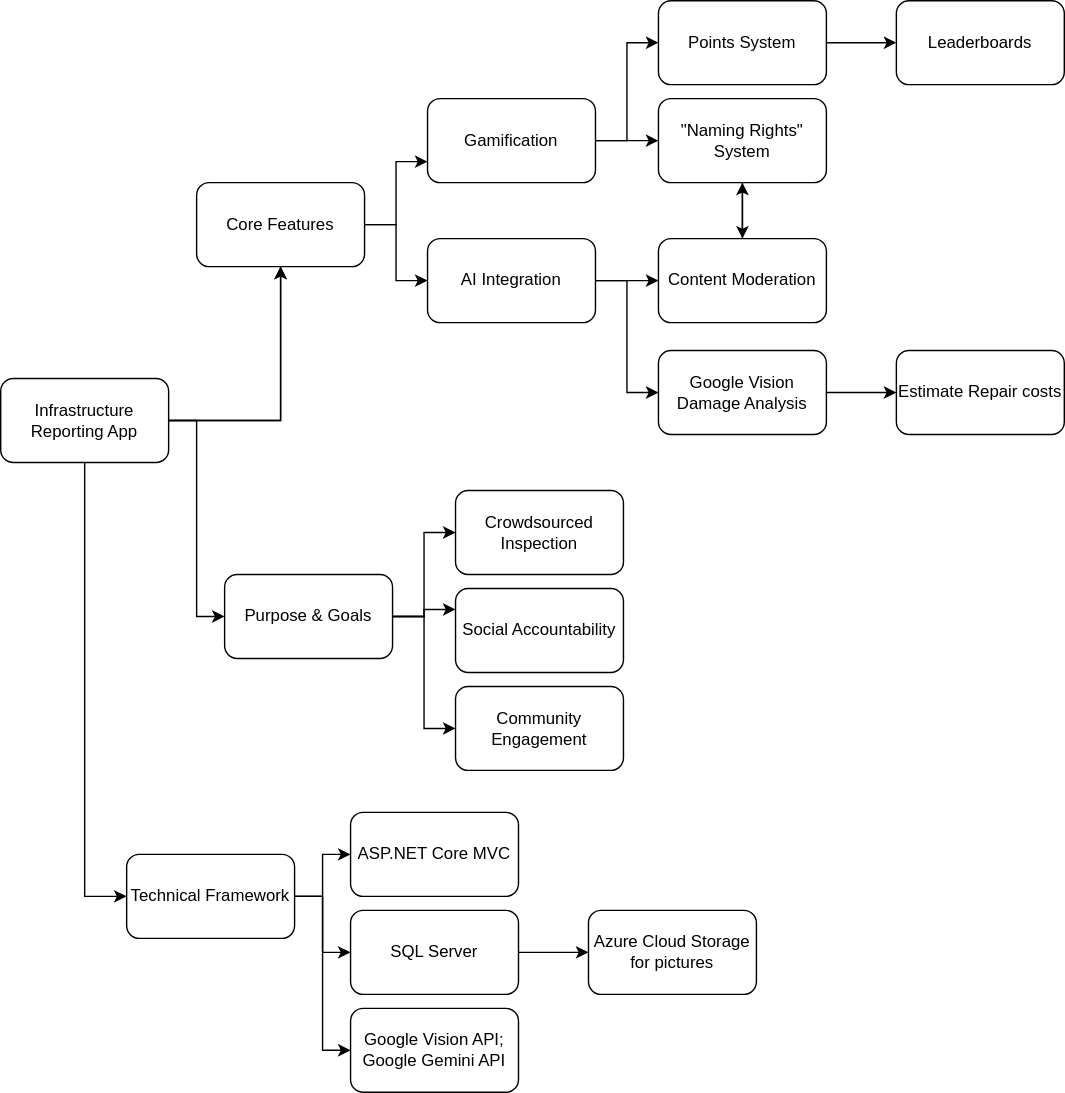
Earlier version of the draw.io export doc/infrastructure_mind_map.svg (Julian22-dotcom/dynamic-engineering-squad). Source tidied: cells renumbered, new cells last; positions are measured from the earlier drawing's top-left corner, leaving out a move shared by most shapes. Its diagram source:
```xml
<mxGraphModel>
  <root>
    <mxCell id="0" />
    <mxCell id="1" parent="0" />
    <mxCell id="2" style="edgeStyle=orthogonalEdgeStyle;rounded=0;jettySize=auto;html=1;" parent="1" edge="1" source="6" target="8">
      <mxGeometry relative="1" as="geometry" />
    </mxCell>
    <mxCell id="3" style="edgeStyle=orthogonalEdgeStyle;rounded=0;jettySize=auto;html=1;" parent="1" edge="1" source="6" target="8">
      <mxGeometry relative="1" as="geometry" />
    </mxCell>
    <mxCell id="4" style="edgeStyle=orthogonalEdgeStyle;rounded=0;jettySize=auto;html=1;entryX=0;entryY=0.5;entryDx=0;entryDy=0;" parent="1" edge="1" source="6" target="12">
      <mxGeometry relative="1" as="geometry" />
    </mxCell>
    <mxCell id="5" style="edgeStyle=orthogonalEdgeStyle;rounded=0;jettySize=auto;html=1;entryX=0;entryY=0.5;entryDx=0;entryDy=0;" parent="1" edge="1" source="6" target="16">
      <mxGeometry relative="1" as="geometry" />
    </mxCell>
    <mxCell id="6" value="Infrastructure Reporting App" style="rounded=1;whiteSpace=wrap;html=1;" parent="1" vertex="1">
      <mxGeometry y="270" width="120" height="60" as="geometry" />
    </mxCell>
    <mxCell id="7" style="edgeStyle=orthogonalEdgeStyle;rounded=0;jettySize=auto;html=1;entryX=0;entryY=0.75;entryDx=0;entryDy=0;" parent="1" edge="1" source="8" target="19">
      <mxGeometry relative="1" as="geometry" />
    </mxCell>
    <mxCell id="8" value="Core Features" style="whiteSpace=wrap;html=1;rounded=1;" parent="1" vertex="1">
      <mxGeometry x="140" y="130" width="120" height="60" as="geometry" />
    </mxCell>
    <mxCell id="9" style="edgeStyle=orthogonalEdgeStyle;rounded=0;jettySize=auto;html=1;" parent="1" edge="1" source="12" target="34">
      <mxGeometry relative="1" as="geometry" />
    </mxCell>
    <mxCell id="10" style="edgeStyle=orthogonalEdgeStyle;rounded=0;jettySize=auto;html=1;entryX=0;entryY=0.25;entryDx=0;entryDy=0;" parent="1" edge="1" source="12" target="35">
      <mxGeometry relative="1" as="geometry" />
    </mxCell>
    <mxCell id="11" style="edgeStyle=orthogonalEdgeStyle;rounded=0;jettySize=auto;html=1;entryX=0;entryY=0.5;entryDx=0;entryDy=0;" parent="1" edge="1" source="12" target="36">
      <mxGeometry relative="1" as="geometry" />
    </mxCell>
    <mxCell id="12" value="Purpose &amp;amp; Goals" style="rounded=1;whiteSpace=wrap;html=1;" parent="1" vertex="1">
      <mxGeometry x="160" y="410" width="120" height="60" as="geometry" />
    </mxCell>
    <mxCell id="13" style="edgeStyle=orthogonalEdgeStyle;rounded=0;jettySize=auto;html=1;" parent="1" edge="1" source="16" target="37">
      <mxGeometry relative="1" as="geometry" />
    </mxCell>
    <mxCell id="14" style="edgeStyle=orthogonalEdgeStyle;rounded=0;jettySize=auto;html=1;entryX=0;entryY=0.5;entryDx=0;entryDy=0;" parent="1" edge="1" source="16" target="39">
      <mxGeometry relative="1" as="geometry" />
    </mxCell>
    <mxCell id="15" style="edgeStyle=orthogonalEdgeStyle;rounded=0;jettySize=auto;html=1;entryX=0;entryY=0.5;entryDx=0;entryDy=0;" parent="1" edge="1" source="16" target="40">
      <mxGeometry relative="1" as="geometry" />
    </mxCell>
    <mxCell id="16" value="Technical Framework" style="rounded=1;whiteSpace=wrap;html=1;" parent="1" vertex="1">
      <mxGeometry x="90" y="610" width="120" height="60" as="geometry" />
    </mxCell>
    <mxCell id="17" style="edgeStyle=orthogonalEdgeStyle;rounded=0;jettySize=auto;html=1;entryX=0;entryY=0.5;entryDx=0;entryDy=0;" parent="1" edge="1" source="19" target="25">
      <mxGeometry relative="1" as="geometry" />
    </mxCell>
    <mxCell id="18" style="edgeStyle=orthogonalEdgeStyle;rounded=0;jettySize=auto;html=1;" parent="1" edge="1" source="19" target="28">
      <mxGeometry relative="1" as="geometry" />
    </mxCell>
    <mxCell id="19" value="Gamification" style="whiteSpace=wrap;html=1;rounded=1;" parent="1" vertex="1">
      <mxGeometry x="305" y="70" width="120" height="60" as="geometry" />
    </mxCell>
    <mxCell id="20" style="edgeStyle=orthogonalEdgeStyle;rounded=0;jettySize=auto;html=1;" parent="1" edge="1" source="8" target="23">
      <mxGeometry relative="1" as="geometry" />
    </mxCell>
    <mxCell id="21" style="edgeStyle=orthogonalEdgeStyle;rounded=0;jettySize=auto;html=1;entryX=0;entryY=0.5;entryDx=0;entryDy=0;" parent="1" edge="1" source="23" target="33">
      <mxGeometry relative="1" as="geometry" />
    </mxCell>
    <mxCell id="22" style="edgeStyle=orthogonalEdgeStyle;rounded=0;jettySize=auto;html=1;entryX=0;entryY=0.5;entryDx=0;entryDy=0;" parent="1" edge="1" source="23" target="30">
      <mxGeometry relative="1" as="geometry" />
    </mxCell>
    <mxCell id="23" value="AI Integration" style="rounded=1;whiteSpace=wrap;html=1;" parent="1" vertex="1">
      <mxGeometry x="305" y="170" width="120" height="60" as="geometry" />
    </mxCell>
    <mxCell id="24" style="edgeStyle=orthogonalEdgeStyle;rounded=0;jettySize=auto;html=1;" parent="1" edge="1" source="25" target="26">
      <mxGeometry relative="1" as="geometry" />
    </mxCell>
    <mxCell id="25" value="Points System" style="rounded=1;whiteSpace=wrap;html=1;" parent="1" vertex="1">
      <mxGeometry x="470" width="120" height="60" as="geometry" />
    </mxCell>
    <mxCell id="26" value="Leaderboards" style="rounded=1;whiteSpace=wrap;html=1;" parent="1" vertex="1">
      <mxGeometry x="640" width="120" height="60" as="geometry" />
    </mxCell>
    <mxCell id="27" style="edgeStyle=orthogonalEdgeStyle;rounded=0;jettySize=auto;html=1;" parent="1" edge="1" source="28" target="33">
      <mxGeometry relative="1" as="geometry" />
    </mxCell>
    <mxCell id="28" value="&quot;Naming Rights&quot; System" style="rounded=1;whiteSpace=wrap;html=1;" parent="1" vertex="1">
      <mxGeometry x="470" y="70" width="120" height="60" as="geometry" />
    </mxCell>
    <mxCell id="29" style="edgeStyle=orthogonalEdgeStyle;rounded=0;jettySize=auto;html=1;entryX=0;entryY=0.5;entryDx=0;entryDy=0;" parent="1" edge="1" source="30" target="31">
      <mxGeometry relative="1" as="geometry" />
    </mxCell>
    <mxCell id="30" value="Google Vision Damage Analysis" style="rounded=1;whiteSpace=wrap;html=1;" parent="1" vertex="1">
      <mxGeometry x="470" y="250" width="120" height="60" as="geometry" />
    </mxCell>
    <mxCell id="31" value="Estimate Repair costs" style="rounded=1;whiteSpace=wrap;html=1;" parent="1" vertex="1">
      <mxGeometry x="640" y="250" width="120" height="60" as="geometry" />
    </mxCell>
    <mxCell id="32" style="edgeStyle=orthogonalEdgeStyle;rounded=0;jettySize=auto;html=1;entryX=0.5;entryY=1;entryDx=0;entryDy=0;" parent="1" edge="1" source="33" target="28">
      <mxGeometry relative="1" as="geometry" />
    </mxCell>
    <mxCell id="33" value="Content Moderation" style="rounded=1;whiteSpace=wrap;html=1;" parent="1" vertex="1">
      <mxGeometry x="470" y="170" width="120" height="60" as="geometry" />
    </mxCell>
    <mxCell id="34" value="Crowdsourced Inspection" style="whiteSpace=wrap;html=1;rounded=1;" parent="1" vertex="1">
      <mxGeometry x="325" y="350" width="120" height="60" as="geometry" />
    </mxCell>
    <mxCell id="35" value="Social Accountability" style="rounded=1;whiteSpace=wrap;html=1;" parent="1" vertex="1">
      <mxGeometry x="325" y="420" width="120" height="60" as="geometry" />
    </mxCell>
    <mxCell id="36" value="Community Engagement" style="rounded=1;whiteSpace=wrap;html=1;" parent="1" vertex="1">
      <mxGeometry x="325" y="490" width="120" height="60" as="geometry" />
    </mxCell>
    <mxCell id="37" value="ASP.NET Core MVC" style="whiteSpace=wrap;html=1;rounded=1;" parent="1" vertex="1">
      <mxGeometry x="250" y="580" width="120" height="60" as="geometry" />
    </mxCell>
    <mxCell id="38" style="edgeStyle=orthogonalEdgeStyle;rounded=0;jettySize=auto;html=1;" parent="1" edge="1" source="39" target="41">
      <mxGeometry relative="1" as="geometry" />
    </mxCell>
    <mxCell id="39" value="SQL Server" style="rounded=1;whiteSpace=wrap;html=1;" parent="1" vertex="1">
      <mxGeometry x="250" y="650" width="120" height="60" as="geometry" />
    </mxCell>
    <mxCell id="40" value="Google Vision API; Google Gemini API" style="rounded=1;whiteSpace=wrap;html=1;" parent="1" vertex="1">
      <mxGeometry x="250" y="720" width="120" height="60" as="geometry" />
    </mxCell>
    <mxCell id="41" value="Azure Cloud Storage for pictures" style="whiteSpace=wrap;html=1;rounded=1;" parent="1" vertex="1">
      <mxGeometry x="420" y="650" width="120" height="60" as="geometry" />
    </mxCell>
  </root>
</mxGraphModel>
```
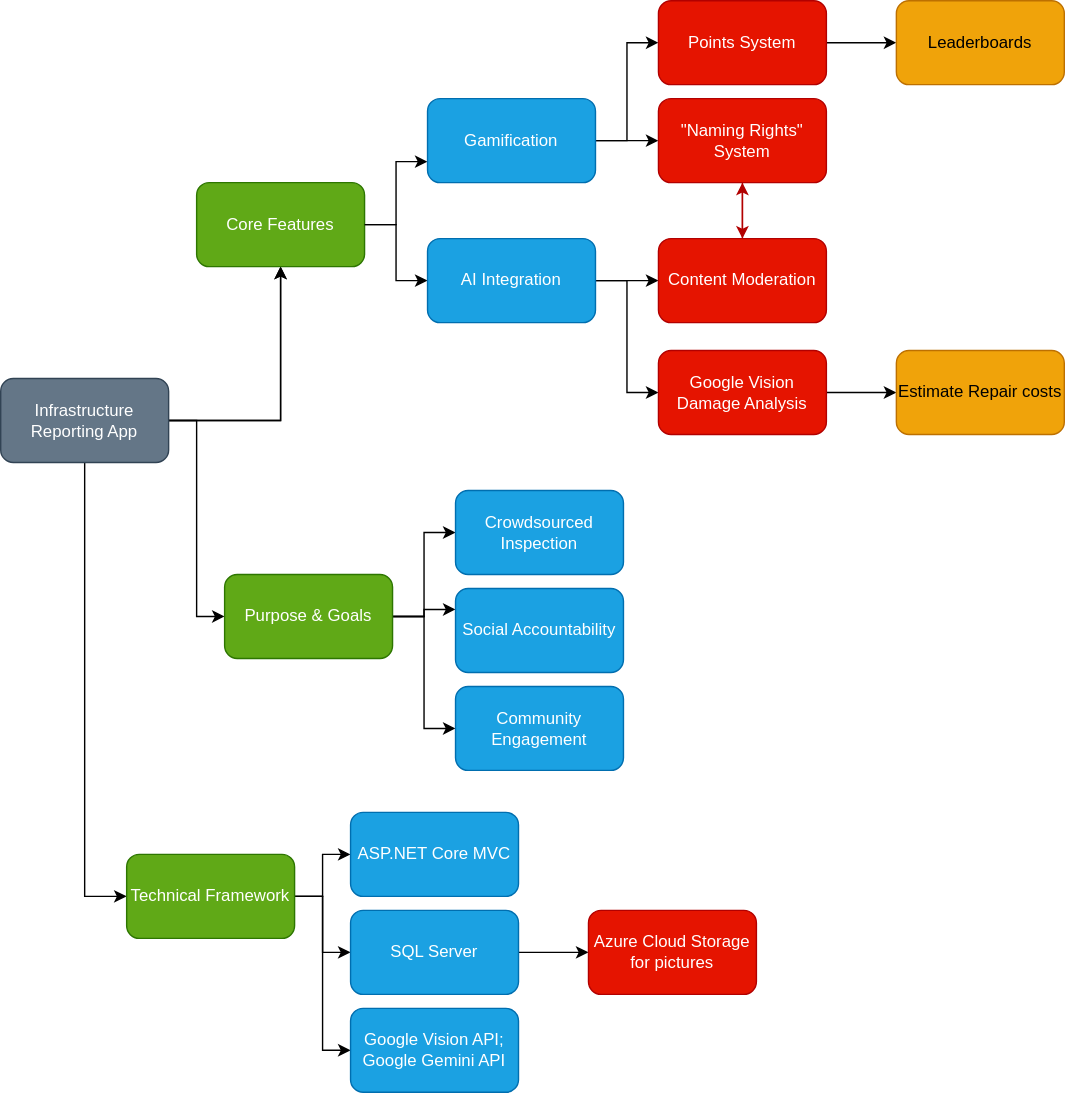
The same file after the commit.

Commit message:
(fix) update mind map with colours

Change to the diagram source:
```diff
@@ -14,13 +14,13 @@
     <mxCell id="5" style="edgeStyle=orthogonalEdgeStyle;rounded=0;jettySize=auto;html=1;entryX=0;entryY=0.5;entryDx=0;entryDy=0;" parent="1" edge="1" source="6" target="16">
       <mxGeometry relative="1" as="geometry" />
     </mxCell>
-    <mxCell id="6" value="Infrastructure Reporting App" style="rounded=1;whiteSpace=wrap;html=1;" parent="1" vertex="1">
+    <mxCell id="6" value="Infrastructure Reporting App" style="rounded=1;whiteSpace=wrap;html=1;fillColor=#647687;fontColor=#ffffff;strokeColor=#314354;" parent="1" vertex="1">
       <mxGeometry y="270" width="120" height="60" as="geometry" />
     </mxCell>
     <mxCell id="7" style="edgeStyle=orthogonalEdgeStyle;rounded=0;jettySize=auto;html=1;entryX=0;entryY=0.75;entryDx=0;entryDy=0;" parent="1" edge="1" source="8" target="19">
       <mxGeometry relative="1" as="geometry" />
     </mxCell>
-    <mxCell id="8" value="Core Features" style="whiteSpace=wrap;html=1;rounded=1;" parent="1" vertex="1">
+    <mxCell id="8" value="Core Features" style="whiteSpace=wrap;html=1;rounded=1;fillColor=#60a917;fontColor=#ffffff;strokeColor=#2D7600;" parent="1" vertex="1">
       <mxGeometry x="140" y="130" width="120" height="60" as="geometry" />
     </mxCell>
     <mxCell id="9" style="edgeStyle=orthogonalEdgeStyle;rounded=0;jettySize=auto;html=1;" parent="1" edge="1" source="12" target="34">
@@ -32,7 +32,7 @@
     <mxCell id="11" style="edgeStyle=orthogonalEdgeStyle;rounded=0;jettySize=auto;html=1;entryX=0;entryY=0.5;entryDx=0;entryDy=0;" parent="1" edge="1" source="12" target="36">
       <mxGeometry relative="1" as="geometry" />
     </mxCell>
-    <mxCell id="12" value="Purpose &amp;amp; Goals" style="rounded=1;whiteSpace=wrap;html=1;" parent="1" vertex="1">
+    <mxCell id="12" value="Purpose &amp;amp; Goals" style="rounded=1;whiteSpace=wrap;html=1;fillColor=#60a917;fontColor=#ffffff;strokeColor=#2D7600;" parent="1" vertex="1">
       <mxGeometry x="160" y="410" width="120" height="60" as="geometry" />
     </mxCell>
     <mxCell id="13" style="edgeStyle=orthogonalEdgeStyle;rounded=0;jettySize=auto;html=1;" parent="1" edge="1" source="16" target="37">
@@ -44,7 +44,7 @@
     <mxCell id="15" style="edgeStyle=orthogonalEdgeStyle;rounded=0;jettySize=auto;html=1;entryX=0;entryY=0.5;entryDx=0;entryDy=0;" parent="1" edge="1" source="16" target="40">
       <mxGeometry relative="1" as="geometry" />
     </mxCell>
-    <mxCell id="16" value="Technical Framework" style="rounded=1;whiteSpace=wrap;html=1;" parent="1" vertex="1">
+    <mxCell id="16" value="Technical Framework" style="rounded=1;whiteSpace=wrap;html=1;fillColor=#60a917;fontColor=#ffffff;strokeColor=#2D7600;" parent="1" vertex="1">
       <mxGeometry x="90" y="610" width="120" height="60" as="geometry" />
     </mxCell>
     <mxCell id="17" style="edgeStyle=orthogonalEdgeStyle;rounded=0;jettySize=auto;html=1;entryX=0;entryY=0.5;entryDx=0;entryDy=0;" parent="1" edge="1" source="19" target="25">
@@ -53,7 +53,7 @@
     <mxCell id="18" style="edgeStyle=orthogonalEdgeStyle;rounded=0;jettySize=auto;html=1;" parent="1" edge="1" source="19" target="28">
       <mxGeometry relative="1" as="geometry" />
     </mxCell>
-    <mxCell id="19" value="Gamification" style="whiteSpace=wrap;html=1;rounded=1;" parent="1" vertex="1">
+    <mxCell id="19" value="Gamification" style="whiteSpace=wrap;html=1;rounded=1;fillColor=#1ba1e2;fontColor=#ffffff;strokeColor=#006EAF;" parent="1" vertex="1">
       <mxGeometry x="305" y="70" width="120" height="60" as="geometry" />
     </mxCell>
     <mxCell id="20" style="edgeStyle=orthogonalEdgeStyle;rounded=0;jettySize=auto;html=1;" parent="1" edge="1" source="8" target="23">
@@ -65,61 +65,61 @@
     <mxCell id="22" style="edgeStyle=orthogonalEdgeStyle;rounded=0;jettySize=auto;html=1;entryX=0;entryY=0.5;entryDx=0;entryDy=0;" parent="1" edge="1" source="23" target="30">
       <mxGeometry relative="1" as="geometry" />
     </mxCell>
-    <mxCell id="23" value="AI Integration" style="rounded=1;whiteSpace=wrap;html=1;" parent="1" vertex="1">
+    <mxCell id="23" value="AI Integration" style="rounded=1;whiteSpace=wrap;html=1;fillColor=#1ba1e2;fontColor=#ffffff;strokeColor=#006EAF;" parent="1" vertex="1">
       <mxGeometry x="305" y="170" width="120" height="60" as="geometry" />
     </mxCell>
     <mxCell id="24" style="edgeStyle=orthogonalEdgeStyle;rounded=0;jettySize=auto;html=1;" parent="1" edge="1" source="25" target="26">
       <mxGeometry relative="1" as="geometry" />
     </mxCell>
-    <mxCell id="25" value="Points System" style="rounded=1;whiteSpace=wrap;html=1;" parent="1" vertex="1">
+    <mxCell id="25" value="Points System" style="rounded=1;whiteSpace=wrap;html=1;fillColor=#e51400;fontColor=#ffffff;strokeColor=#B20000;" parent="1" vertex="1">
       <mxGeometry x="470" width="120" height="60" as="geometry" />
     </mxCell>
-    <mxCell id="26" value="Leaderboards" style="rounded=1;whiteSpace=wrap;html=1;" parent="1" vertex="1">
+    <mxCell id="26" value="Leaderboards" style="rounded=1;whiteSpace=wrap;html=1;fillColor=#f0a30a;fontColor=#000000;strokeColor=#BD7000;" parent="1" vertex="1">
       <mxGeometry x="640" width="120" height="60" as="geometry" />
     </mxCell>
-    <mxCell id="27" style="edgeStyle=orthogonalEdgeStyle;rounded=0;jettySize=auto;html=1;" parent="1" edge="1" source="28" target="33">
+    <mxCell id="27" style="edgeStyle=orthogonalEdgeStyle;rounded=0;jettySize=auto;html=1;fillColor=#e51400;strokeColor=#B20000;" parent="1" edge="1" source="28" target="33">
       <mxGeometry relative="1" as="geometry" />
     </mxCell>
-    <mxCell id="28" value="&quot;Naming Rights&quot; System" style="rounded=1;whiteSpace=wrap;html=1;" parent="1" vertex="1">
+    <mxCell id="28" value="&quot;Naming Rights&quot; System" style="rounded=1;whiteSpace=wrap;html=1;fillColor=#e51400;fontColor=#ffffff;strokeColor=#B20000;" parent="1" vertex="1">
       <mxGeometry x="470" y="70" width="120" height="60" as="geometry" />
     </mxCell>
     <mxCell id="29" style="edgeStyle=orthogonalEdgeStyle;rounded=0;jettySize=auto;html=1;entryX=0;entryY=0.5;entryDx=0;entryDy=0;" parent="1" edge="1" source="30" target="31">
       <mxGeometry relative="1" as="geometry" />
     </mxCell>
-    <mxCell id="30" value="Google Vision Damage Analysis" style="rounded=1;whiteSpace=wrap;html=1;" parent="1" vertex="1">
+    <mxCell id="30" value="Google Vision Damage Analysis" style="rounded=1;whiteSpace=wrap;html=1;fillColor=#e51400;fontColor=#ffffff;strokeColor=#B20000;" parent="1" vertex="1">
       <mxGeometry x="470" y="250" width="120" height="60" as="geometry" />
     </mxCell>
-    <mxCell id="31" value="Estimate Repair costs" style="rounded=1;whiteSpace=wrap;html=1;" parent="1" vertex="1">
+    <mxCell id="31" value="Estimate Repair costs" style="rounded=1;whiteSpace=wrap;html=1;fillColor=#f0a30a;fontColor=#000000;strokeColor=#BD7000;" parent="1" vertex="1">
       <mxGeometry x="640" y="250" width="120" height="60" as="geometry" />
     </mxCell>
-    <mxCell id="32" style="edgeStyle=orthogonalEdgeStyle;rounded=0;jettySize=auto;html=1;entryX=0.5;entryY=1;entryDx=0;entryDy=0;" parent="1" edge="1" source="33" target="28">
+    <mxCell id="32" style="edgeStyle=orthogonalEdgeStyle;rounded=0;jettySize=auto;html=1;entryX=0.5;entryY=1;entryDx=0;entryDy=0;fillColor=#e51400;strokeColor=#B20000;" parent="1" edge="1" source="33" target="28">
       <mxGeometry relative="1" as="geometry" />
     </mxCell>
-    <mxCell id="33" value="Content Moderation" style="rounded=1;whiteSpace=wrap;html=1;" parent="1" vertex="1">
+    <mxCell id="33" value="Content Moderation" style="rounded=1;whiteSpace=wrap;html=1;fillColor=#e51400;fontColor=#ffffff;strokeColor=#B20000;" parent="1" vertex="1">
       <mxGeometry x="470" y="170" width="120" height="60" as="geometry" />
     </mxCell>
-    <mxCell id="34" value="Crowdsourced Inspection" style="whiteSpace=wrap;html=1;rounded=1;" parent="1" vertex="1">
+    <mxCell id="34" value="Crowdsourced Inspection" style="whiteSpace=wrap;html=1;rounded=1;fillColor=#1ba1e2;fontColor=#ffffff;strokeColor=#006EAF;" parent="1" vertex="1">
       <mxGeometry x="325" y="350" width="120" height="60" as="geometry" />
     </mxCell>
-    <mxCell id="35" value="Social Accountability" style="rounded=1;whiteSpace=wrap;html=1;" parent="1" vertex="1">
+    <mxCell id="35" value="Social Accountability" style="rounded=1;whiteSpace=wrap;html=1;fillColor=#1ba1e2;fontColor=#ffffff;strokeColor=#006EAF;" parent="1" vertex="1">
       <mxGeometry x="325" y="420" width="120" height="60" as="geometry" />
     </mxCell>
-    <mxCell id="36" value="Community Engagement" style="rounded=1;whiteSpace=wrap;html=1;" parent="1" vertex="1">
+    <mxCell id="36" value="Community Engagement" style="rounded=1;whiteSpace=wrap;html=1;fillColor=#1ba1e2;fontColor=#ffffff;strokeColor=#006EAF;" parent="1" vertex="1">
       <mxGeometry x="325" y="490" width="120" height="60" as="geometry" />
     </mxCell>
-    <mxCell id="37" value="ASP.NET Core MVC" style="whiteSpace=wrap;html=1;rounded=1;" parent="1" vertex="1">
+    <mxCell id="37" value="ASP.NET Core MVC" style="whiteSpace=wrap;html=1;rounded=1;fillColor=#1ba1e2;fontColor=#ffffff;strokeColor=#006EAF;" parent="1" vertex="1">
       <mxGeometry x="250" y="580" width="120" height="60" as="geometry" />
     </mxCell>
     <mxCell id="38" style="edgeStyle=orthogonalEdgeStyle;rounded=0;jettySize=auto;html=1;" parent="1" edge="1" source="39" target="41">
       <mxGeometry relative="1" as="geometry" />
     </mxCell>
-    <mxCell id="39" value="SQL Server" style="rounded=1;whiteSpace=wrap;html=1;" parent="1" vertex="1">
+    <mxCell id="39" value="SQL Server" style="rounded=1;whiteSpace=wrap;html=1;fillColor=#1ba1e2;fontColor=#ffffff;strokeColor=#006EAF;" parent="1" vertex="1">
       <mxGeometry x="250" y="650" width="120" height="60" as="geometry" />
     </mxCell>
-    <mxCell id="40" value="Google Vision API; Google Gemini API" style="rounded=1;whiteSpace=wrap;html=1;" parent="1" vertex="1">
+    <mxCell id="40" value="Google Vision API; Google Gemini API" style="rounded=1;whiteSpace=wrap;html=1;fillColor=#1ba1e2;fontColor=#ffffff;strokeColor=#006EAF;" parent="1" vertex="1">
       <mxGeometry x="250" y="720" width="120" height="60" as="geometry" />
     </mxCell>
-    <mxCell id="41" value="Azure Cloud Storage for pictures" style="whiteSpace=wrap;html=1;rounded=1;" parent="1" vertex="1">
+    <mxCell id="41" value="Azure Cloud Storage for pictures" style="whiteSpace=wrap;html=1;rounded=1;fillColor=#e51400;fontColor=#ffffff;strokeColor=#B20000;" parent="1" vertex="1">
       <mxGeometry x="420" y="650" width="120" height="60" as="geometry" />
     </mxCell>
   </root>
```
